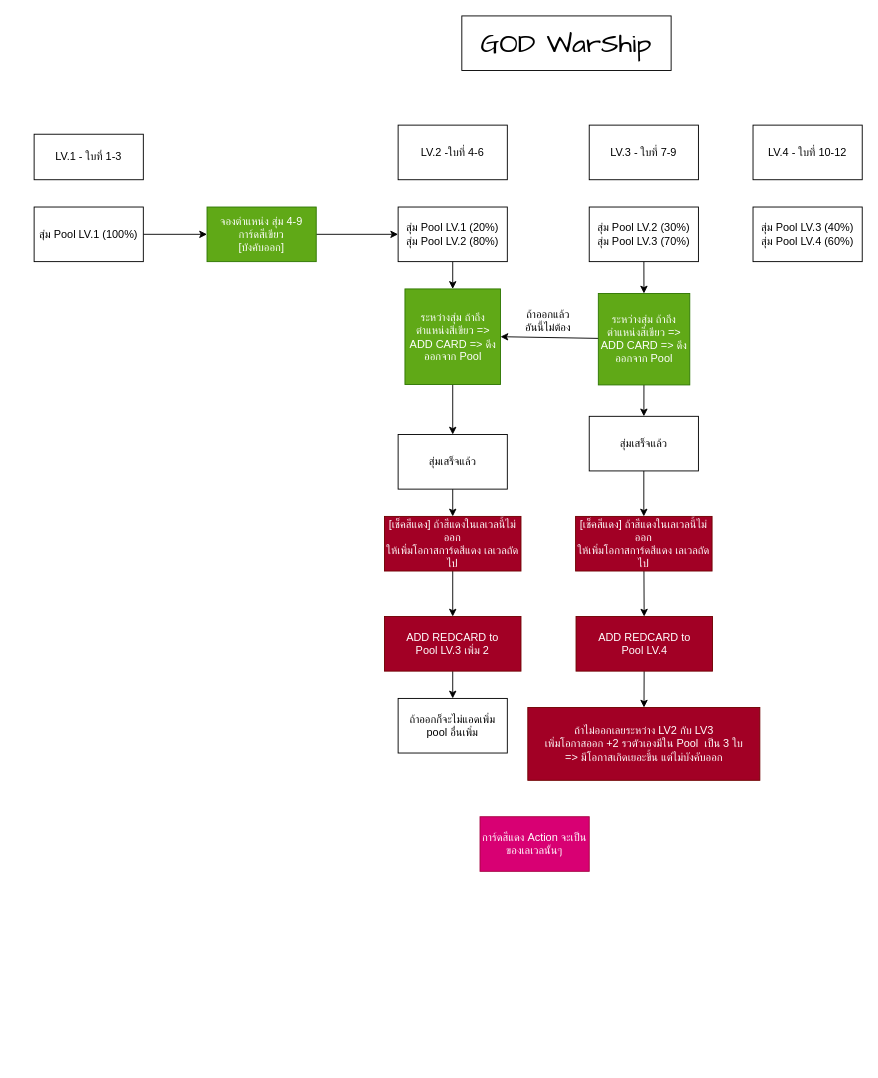
Above: Assets/Game2_GodWorship/Scripts/Test.drawio in Tanayot-V/GamesFlexxBoardGame (draw.io), before the change. Source tidied: cells renumbered, new cells numbered last; positions are measured from the earlier drawing's top-left corner, leaving out a move shared by most shapes. Both pictures are drawn from the tidied source at 91%, with x=0, y=0 at pixel (34, 15).
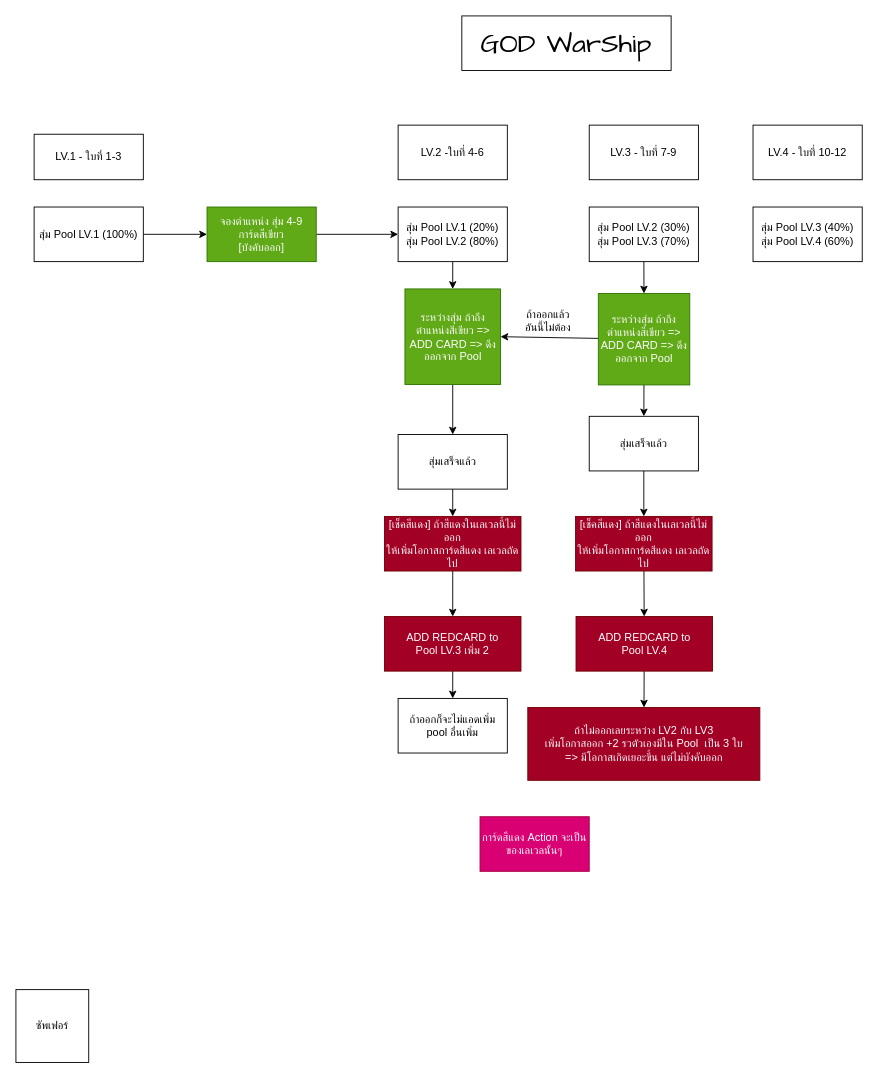
After the change.

Change to the diagram source:
```diff
@@
+    <mxCell id="37" value="ซัพเฟอร์" style="whiteSpace=wrap;html=1;" parent="1" vertex="1">
+      <mxGeometry x="-20" y="1070" width="80" height="80" as="geometry" />
+    </mxCell>
```
